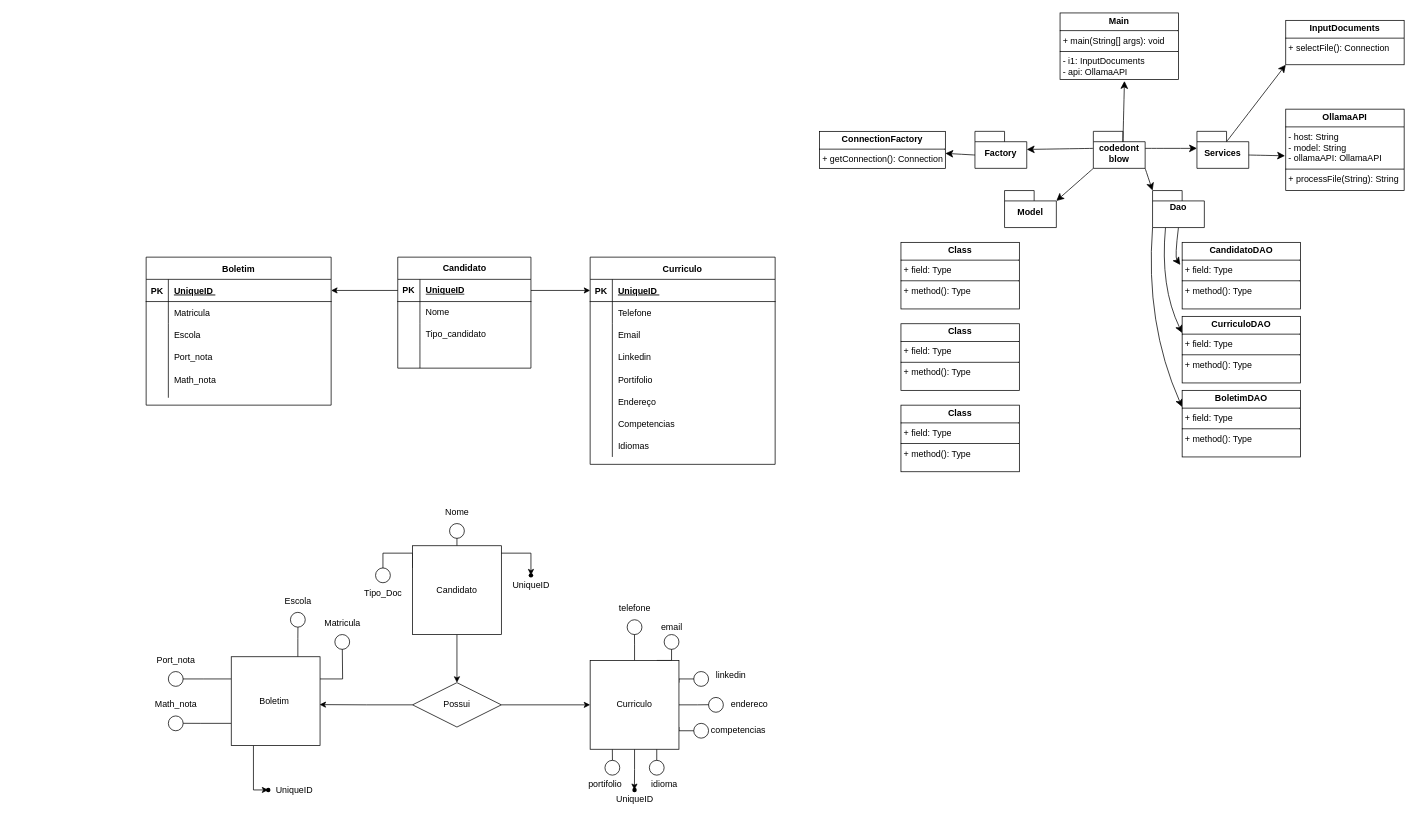
Leonardo-dSouza/meuprojetogit keeps this draw.io diagram as Diagrama sem nome.drawio. Above is the earlier version. Source tidied: cells renumbered, new cells numbered last; positions are measured from the earlier drawing's top-left corner, leaving out a move shared by most shapes. Both pictures are drawn from the tidied source at 74%, with x=0, y=0 at pixel (146, 13).
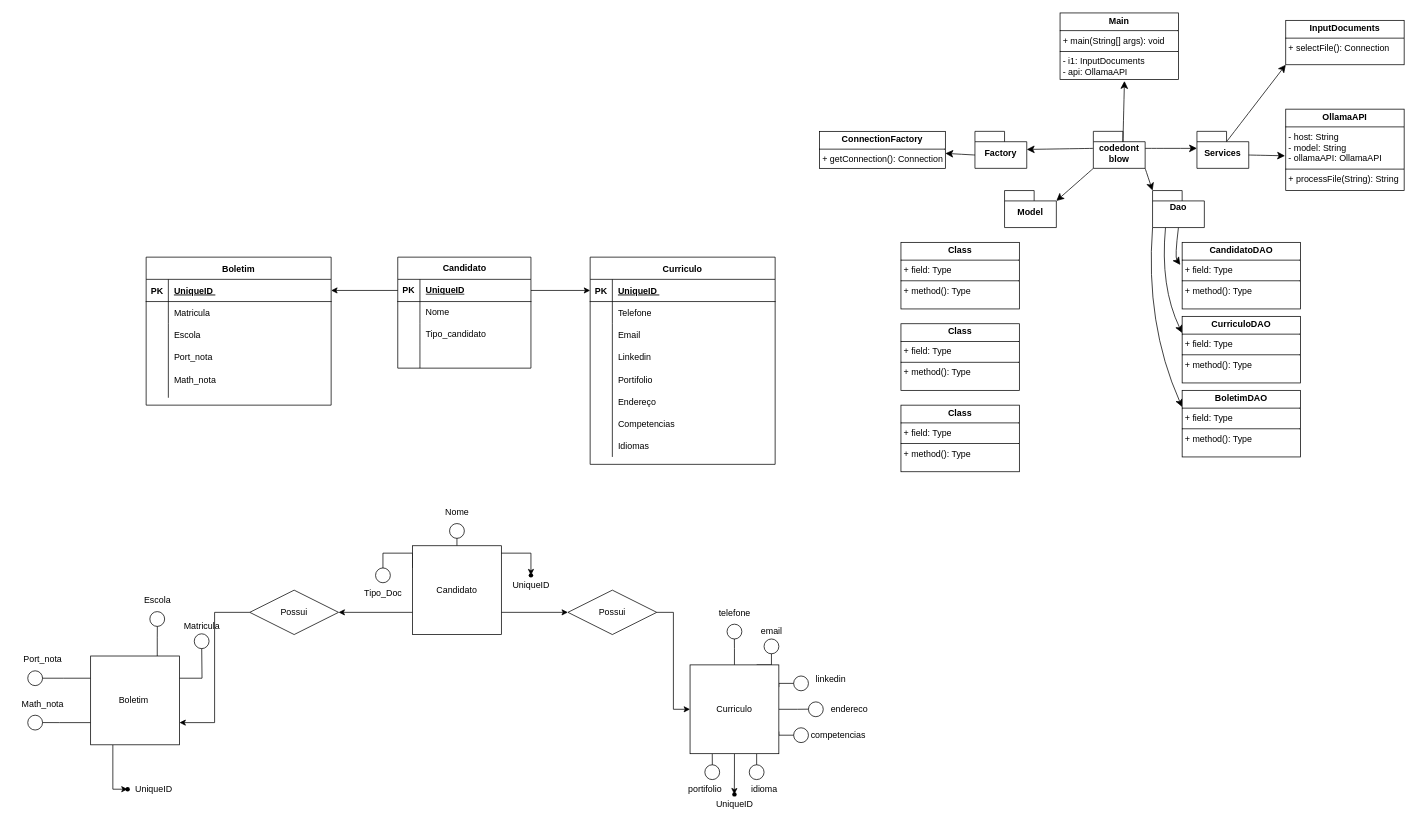
The same page after the edit.

Unchanged cells that the change refers to:
```xml
<mxCell id="39" value="Candidato" style="whiteSpace=wrap;html=1;" parent="1" vertex="1">
  <mxGeometry x="360" y="720" width="120" height="120" as="geometry" />
</mxCell>
```

Diff of the diagram source:
```diff
@@
     <mxCell id="2" style="edgeStyle=orthogonalEdgeStyle;rounded=0;jettySize=auto;html=1;exitX=0.25;exitY=1;exitDx=0;exitDy=0;" parent="1" edge="1" source="7">
       <mxGeometry relative="1" as="geometry">
-        <mxPoint x="165" y="1050" as="targetPoint" />
+        <mxPoint x="-25" y="1049" as="targetPoint" />
         <Array as="points">
-          <mxPoint x="145" y="1050" />
+          <mxPoint x="-45" y="1049" />
         </Array>
       </mxGeometry>
     </mxCell>
     <mxCell id="3" style="edgeStyle=orthogonalEdgeStyle;rounded=0;jettySize=auto;html=1;exitX=0.75;exitY=0;exitDx=0;exitDy=0;" parent="1" edge="1" source="7">
       <mxGeometry relative="1" as="geometry">
-        <mxPoint x="205.2" y="820" as="targetPoint" />
+        <mxPoint x="15.2" y="819" as="targetPoint" />
       </mxGeometry>
     </mxCell>
     <mxCell id="4" style="edgeStyle=orthogonalEdgeStyle;rounded=0;jettySize=auto;html=1;exitX=1;exitY=0.25;exitDx=0;exitDy=0;" parent="1" edge="1" source="7">
       <mxGeometry relative="1" as="geometry">
-        <mxPoint x="265" y="850" as="targetPoint" />
+        <mxPoint x="75" y="849" as="targetPoint" />
       </mxGeometry>
     </mxCell>
     <mxCell id="5" style="edgeStyle=orthogonalEdgeStyle;rounded=0;jettySize=auto;html=1;exitX=0;exitY=0.25;exitDx=0;exitDy=0;" parent="1" edge="1" source="7">
       <mxGeometry relative="1" as="geometry">
-        <mxPoint x="40" y="900" as="targetPoint" />
+        <mxPoint x="-150" y="899" as="targetPoint" />
       </mxGeometry>
     </mxCell>
     <mxCell id="6" style="edgeStyle=orthogonalEdgeStyle;rounded=0;jettySize=auto;html=1;exitX=0;exitY=0.75;exitDx=0;exitDy=0;" parent="1" edge="1" source="7">
       <mxGeometry relative="1" as="geometry">
-        <mxPoint x="30" y="959.9" as="targetPoint" />
+        <mxPoint x="-160" y="958.9" as="targetPoint" />
       </mxGeometry>
     </mxCell>
     <mxCell id="7" value="Boletim&amp;nbsp;" style="whiteSpace=wrap;html=1;" parent="1" vertex="1">
-      <mxGeometry x="115" y="870" width="120" height="120" as="geometry" />
+      <mxGeometry x="-75" y="869" width="120" height="120" as="geometry" />
     </mxCell>
     <mxCell id="8" style="shape=waypoint;sketch=0;fillStyle=solid;size=6;fillColor=none;perimeter=centerPerimeter;" parent="1" vertex="1">
-      <mxGeometry x="155" y="1040" width="20" height="20" as="geometry" />
+      <mxGeometry x="-35" y="1039" width="20" height="20" as="geometry" />
     </mxCell>
     <mxCell id="9" value="UniqueID" style="text;html=1;align=center;verticalAlign=middle;strokeColor=none;fillColor=none;" parent="1" vertex="1">
-      <mxGeometry x="165" y="1035" width="70" height="30" as="geometry" />
+      <mxGeometry x="-25" y="1034" width="70" height="30" as="geometry" />
     </mxCell>
     <mxCell id="10" style="ellipse;whiteSpace=wrap;html=1;" parent="1" vertex="1">
-      <mxGeometry x="195" y="810" width="20" height="20" as="geometry" />
+      <mxGeometry x="5" y="809" width="20" height="20" as="geometry" />
     </mxCell>
     <mxCell id="11" value="Escola" style="text;html=1;align=center;verticalAlign=middle;strokeColor=none;fillColor=none;" parent="1" vertex="1">
-      <mxGeometry x="175" y="780" width="60" height="30" as="geometry" />
+      <mxGeometry x="-15" y="779" width="60" height="30" as="geometry" />
     </mxCell>
     <mxCell id="12" style="ellipse;whiteSpace=wrap;html=1;" parent="1" vertex="1">
-      <mxGeometry x="255" y="840" width="20" height="20" as="geometry" />
+      <mxGeometry x="65" y="839" width="20" height="20" as="geometry" />
     </mxCell>
     <mxCell id="13" value="Matricula" style="text;html=1;align=center;verticalAlign=middle;strokeColor=none;fillColor=none;" parent="1" vertex="1">
-      <mxGeometry x="230" y="810" width="70" height="30" as="geometry" />
+      <mxGeometry x="40" y="814" width="70" height="30" as="geometry" />
     </mxCell>
     <mxCell id="14" style="ellipse;whiteSpace=wrap;html=1;" parent="1" vertex="1">
-      <mxGeometry x="30" y="890" width="20" height="20" as="geometry" />
+      <mxGeometry x="-160" y="889" width="20" height="20" as="geometry" />
     </mxCell>
     <mxCell id="15" style="ellipse;whiteSpace=wrap;html=1;" parent="1" vertex="1">
-      <mxGeometry x="30" y="950" width="20" height="20" as="geometry" />
+      <mxGeometry x="-160" y="949" width="20" height="20" as="geometry" />
     </mxCell>
     <mxCell id="16" value="Port_nota" style="text;html=1;align=center;verticalAlign=middle;strokeColor=none;fillColor=none;" parent="1" vertex="1">
-      <mxGeometry y="860" width="80" height="30" as="geometry" />
+      <mxGeometry x="-180" y="858.5" width="80" height="30" as="geometry" />
     </mxCell>
     <mxCell id="17" value="Math_nota" style="text;html=1;align=center;verticalAlign=middle;strokeColor=none;fillColor=none;" parent="1" vertex="1">
-      <mxGeometry y="920" width="80" height="30" as="geometry" />
+      <mxGeometry x="-180" y="918.5" width="80" height="30" as="geometry" />
     </mxCell>
@@
     <mxCell id="34" value="Possui" style="shape=rhombus;perimeter=rhombusPerimeter;whiteSpace=wrap;html=1;align=center;" parent="1" vertex="1">
-      <mxGeometry x="360" y="905" width="120" height="60" as="geometry" />
+      <mxGeometry x="570" y="780" width="120" height="60" as="geometry" />
     </mxCell>
-    <mxCell id="35" style="edgeStyle=orthogonalEdgeStyle;rounded=0;jettySize=auto;html=1;exitX=0.5;exitY=1;exitDx=0;exitDy=0;entryX=0.5;entryY=0;entryDx=0;entryDy=0;" parent="1" edge="1" source="39" target="34">
-      <mxGeometry relative="1" as="geometry" />
-    </mxCell>
@@
+    <mxCell id="35" style="edgeStyle=orthogonalEdgeStyle;rounded=0;jettySize=auto;html=1;exitX=1;exitY=0.75;exitDx=0;exitDy=0;" parent="1" edge="1" source="39" target="34">
+      <mxGeometry relative="1" as="geometry" />
+    </mxCell>
+    <mxCell id="128" style="edgeStyle=orthogonalEdgeStyle;rounded=0;jettySize=auto;html=1;exitX=0;exitY=0.75;exitDx=0;exitDy=0;" parent="1" edge="1" source="39" target="130">
+      <mxGeometry relative="1" as="geometry" />
+    </mxCell>
@@
     <mxCell id="40" style="edgeStyle=orthogonalEdgeStyle;rounded=0;jettySize=auto;html=1;exitX=0.25;exitY=0;exitDx=0;exitDy=0;" parent="1" edge="1" source="49">
       <mxGeometry relative="1" as="geometry">
-        <mxPoint x="630.2" y="874.7" as="targetPoint" />
+        <mxPoint x="765.2" y="880.7" as="targetPoint" />
       </mxGeometry>
     </mxCell>
     <mxCell id="41" style="edgeStyle=orthogonalEdgeStyle;rounded=0;jettySize=auto;html=1;exitX=0.5;exitY=0;exitDx=0;exitDy=0;" parent="1" edge="1" source="49">
       <mxGeometry relative="1" as="geometry">
-        <mxPoint x="659.8" y="830" as="targetPoint" />
+        <mxPoint x="794.8" y="836" as="targetPoint" />
       </mxGeometry>
     </mxCell>
     <mxCell id="42" style="edgeStyle=orthogonalEdgeStyle;rounded=0;jettySize=auto;html=1;exitX=0.75;exitY=0;exitDx=0;exitDy=0;" parent="1" edge="1" source="49">
       <mxGeometry relative="1" as="geometry">
-        <mxPoint x="710" y="850" as="targetPoint" />
+        <mxPoint x="845" y="856" as="targetPoint" />
         <Array as="points">
-          <mxPoint x="710" y="875" />
-          <mxPoint x="710" y="850" />
+          <mxPoint x="845" y="881" />
+          <mxPoint x="845" y="856" />
         </Array>
       </mxGeometry>
     </mxCell>
     <mxCell id="43" style="edgeStyle=orthogonalEdgeStyle;rounded=0;jettySize=auto;html=1;exitX=1;exitY=0.25;exitDx=0;exitDy=0;" parent="1" edge="1" source="49">
       <mxGeometry relative="1" as="geometry">
-        <mxPoint x="750" y="900" as="targetPoint" />
+        <mxPoint x="885" y="906" as="targetPoint" />
         <Array as="points">
-          <mxPoint x="720" y="900" />
-          <mxPoint x="750" y="900" />
+          <mxPoint x="855" y="906" />
+          <mxPoint x="885" y="906" />
         </Array>
       </mxGeometry>
     </mxCell>
     <mxCell id="44" style="edgeStyle=orthogonalEdgeStyle;rounded=0;jettySize=auto;html=1;exitX=1;exitY=0.5;exitDx=0;exitDy=0;" parent="1" edge="1" source="49">
       <mxGeometry relative="1" as="geometry">
-        <mxPoint x="770" y="934.7" as="targetPoint" />
+        <mxPoint x="905" y="940.7" as="targetPoint" />
       </mxGeometry>
     </mxCell>
     <mxCell id="45" style="edgeStyle=orthogonalEdgeStyle;rounded=0;jettySize=auto;html=1;exitX=1;exitY=0.75;exitDx=0;exitDy=0;" parent="1" edge="1" source="49">
       <mxGeometry relative="1" as="geometry">
-        <mxPoint x="750" y="970" as="targetPoint" />
+        <mxPoint x="885" y="976" as="targetPoint" />
         <Array as="points">
-          <mxPoint x="720" y="970" />
-          <mxPoint x="750" y="970" />
+          <mxPoint x="855" y="976" />
+          <mxPoint x="885" y="976" />
         </Array>
       </mxGeometry>
     </mxCell>
     <mxCell id="46" style="edgeStyle=orthogonalEdgeStyle;rounded=0;jettySize=auto;html=1;exitX=0.75;exitY=1;exitDx=0;exitDy=0;" parent="1" edge="1" source="49">
       <mxGeometry relative="1" as="geometry">
-        <mxPoint x="690" y="1020" as="targetPoint" />
+        <mxPoint x="825" y="1026" as="targetPoint" />
       </mxGeometry>
     </mxCell>
     <mxCell id="47" style="edgeStyle=orthogonalEdgeStyle;rounded=0;jettySize=auto;html=1;exitX=0.5;exitY=1;exitDx=0;exitDy=0;" parent="1" edge="1" source="49">
       <mxGeometry relative="1" as="geometry">
-        <mxPoint x="659.8" y="1050" as="targetPoint" />
+        <mxPoint x="794.8" y="1056" as="targetPoint" />
       </mxGeometry>
     </mxCell>
     <mxCell id="48" style="edgeStyle=orthogonalEdgeStyle;rounded=0;jettySize=auto;html=1;exitX=0.25;exitY=1;exitDx=0;exitDy=0;" parent="1" edge="1" source="49">
       <mxGeometry relative="1" as="geometry">
-        <mxPoint x="630.2" y="1020" as="targetPoint" />
+        <mxPoint x="765.2" y="1026" as="targetPoint" />
       </mxGeometry>
     </mxCell>
     <mxCell id="49" value="Curriculo" style="whiteSpace=wrap;html=1;" parent="1" vertex="1">
-      <mxGeometry x="600" y="875" width="120" height="120" as="geometry" />
+      <mxGeometry x="735" y="881" width="120" height="120" as="geometry" />
     </mxCell>
@@
-    <mxCell id="65" style="edgeStyle=orthogonalEdgeStyle;rounded=0;jettySize=auto;html=1;exitX=0;exitY=0.5;exitDx=0;exitDy=0;entryX=0.995;entryY=0.539;entryDx=0;entryDy=0;entryPerimeter=0;" parent="1" edge="1" source="34" target="7">
-      <mxGeometry relative="1" as="geometry" />
-    </mxCell>
@@
     <mxCell id="70" style="ellipse;whiteSpace=wrap;html=1;" parent="1" vertex="1">
-      <mxGeometry x="620" y="1010" width="20" height="20" as="geometry" />
+      <mxGeometry x="755" y="1016" width="20" height="20" as="geometry" />
     </mxCell>
     <mxCell id="71" style="ellipse;whiteSpace=wrap;html=1;" parent="1" vertex="1">
-      <mxGeometry x="680" y="1010" width="20" height="20" as="geometry" />
+      <mxGeometry x="815" y="1016" width="20" height="20" as="geometry" />
     </mxCell>
     <mxCell id="72" style="ellipse;whiteSpace=wrap;html=1;" parent="1" vertex="1">
-      <mxGeometry x="760" y="925" width="20" height="20" as="geometry" />
+      <mxGeometry x="895" y="931" width="20" height="20" as="geometry" />
     </mxCell>
     <mxCell id="73" style="ellipse;whiteSpace=wrap;html=1;" parent="1" vertex="1">
-      <mxGeometry x="740" y="960" width="20" height="20" as="geometry" />
+      <mxGeometry x="875" y="966" width="20" height="20" as="geometry" />
     </mxCell>
     <mxCell id="74" style="ellipse;whiteSpace=wrap;html=1;" parent="1" vertex="1">
-      <mxGeometry x="740" y="890" width="20" height="20" as="geometry" />
+      <mxGeometry x="875" y="896" width="20" height="20" as="geometry" />
     </mxCell>
     <mxCell id="75" style="ellipse;whiteSpace=wrap;html=1;" parent="1" vertex="1">
-      <mxGeometry x="650" y="820" width="20" height="20" as="geometry" />
+      <mxGeometry x="785" y="826" width="20" height="20" as="geometry" />
     </mxCell>
     <mxCell id="76" style="ellipse;whiteSpace=wrap;html=1;" parent="1" vertex="1">
-      <mxGeometry x="700" y="840" width="20" height="20" as="geometry" />
+      <mxGeometry x="835" y="846" width="20" height="20" as="geometry" />
     </mxCell>
     <mxCell id="77" style="shape=waypoint;sketch=0;size=6;fillColor=none;perimeter=centerPerimeter;" parent="1" vertex="1">
-      <mxGeometry x="650" y="1040" width="20" height="20" as="geometry" />
+      <mxGeometry x="785" y="1046" width="20" height="20" as="geometry" />
     </mxCell>
     <mxCell id="78" value="telefone" style="text;html=1;align=center;verticalAlign=middle;strokeColor=none;fillColor=none;" parent="1" vertex="1">
-      <mxGeometry x="625" y="790" width="70" height="30" as="geometry" />
+      <mxGeometry x="760" y="796" width="70" height="30" as="geometry" />
     </mxCell>
     <mxCell id="79" value="email" style="text;html=1;align=center;verticalAlign=middle;strokeColor=none;fillColor=none;" parent="1" vertex="1">
-      <mxGeometry x="685" y="815" width="50" height="30" as="geometry" />
+      <mxGeometry x="820" y="821" width="50" height="30" as="geometry" />
     </mxCell>
     <mxCell id="80" value="linkedin" style="text;html=1;align=center;verticalAlign=middle;strokeColor=none;fillColor=none;" parent="1" vertex="1">
-      <mxGeometry x="760" y="880" width="60" height="30" as="geometry" />
+      <mxGeometry x="895" y="886" width="60" height="30" as="geometry" />
     </mxCell>
     <mxCell id="81" value="endereco" style="text;html=1;align=center;verticalAlign=middle;strokeColor=none;fillColor=none;" parent="1" vertex="1">
-      <mxGeometry x="780" y="920" width="70" height="30" as="geometry" />
+      <mxGeometry x="915" y="926" width="70" height="30" as="geometry" />
     </mxCell>
     <mxCell id="82" value="portifolio" style="text;html=1;align=center;verticalAlign=middle;strokeColor=none;fillColor=none;" parent="1" vertex="1">
-      <mxGeometry x="585" y="1028" width="70" height="30" as="geometry" />
+      <mxGeometry x="720" y="1034" width="70" height="30" as="geometry" />
     </mxCell>
     <mxCell id="83" value="idioma" style="text;html=1;align=center;verticalAlign=middle;strokeColor=none;fillColor=none;" parent="1" vertex="1">
-      <mxGeometry x="670" y="1028" width="60" height="30" as="geometry" />
+      <mxGeometry x="805" y="1034" width="60" height="30" as="geometry" />
     </mxCell>
     <mxCell id="84" value="competencias" style="text;html=1;align=center;verticalAlign=middle;strokeColor=none;fillColor=none;" parent="1" vertex="1">
-      <mxGeometry x="750" y="955" width="100" height="30" as="geometry" />
+      <mxGeometry x="885" y="961" width="100" height="30" as="geometry" />
     </mxCell>
     <mxCell id="85" value="UniqueID" style="text;html=1;align=center;verticalAlign=middle;strokeColor=none;fillColor=none;" parent="1" vertex="1">
-      <mxGeometry x="625" y="1048" width="70" height="30" as="geometry" />
+      <mxGeometry x="760" y="1054" width="70" height="30" as="geometry" />
     </mxCell>
@@
+    <mxCell id="129" style="edgeStyle=orthogonalEdgeStyle;rounded=0;jettySize=auto;html=1;exitX=0;exitY=0.5;exitDx=0;exitDy=0;entryX=1;entryY=0.75;entryDx=0;entryDy=0;" parent="1" edge="1" source="130" target="7">
+      <mxGeometry relative="1" as="geometry" />
+    </mxCell>
+    <mxCell id="130" value="Possui" style="shape=rhombus;perimeter=rhombusPerimeter;whiteSpace=wrap;html=1;align=center;" parent="1" vertex="1">
+      <mxGeometry x="140" y="780" width="120" height="60" as="geometry" />
+    </mxCell>
```
